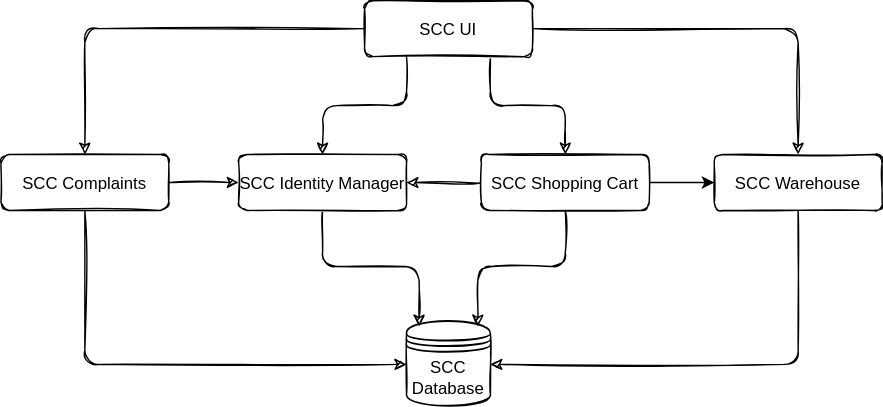
The draw.io diagram diagrams/high-level.drawio.svg in domenico-piol/SCCstore, before a commit. Source tidied: cells renumbered, new cells last; positions are measured from the earlier drawing's top-left corner, leaving out a move shared by most shapes.
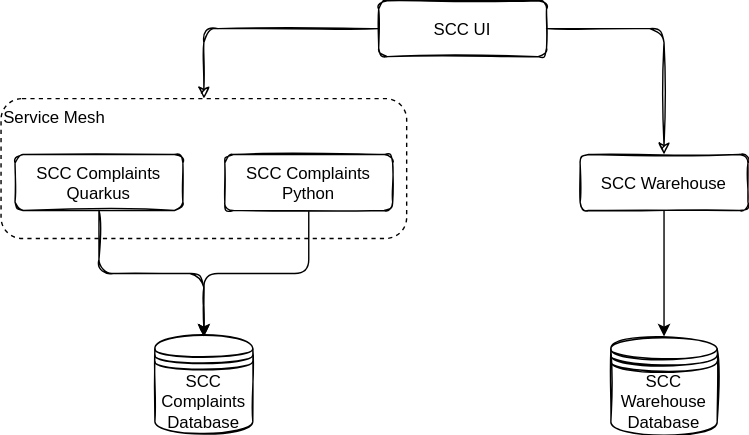
After the commit.

Commit message:
rest service for db read

Diff of the diagram source:
```diff
@@ -2,56 +2,41 @@
   <root>
     <mxCell id="0" />
     <mxCell id="1" parent="0" />
-    <mxCell id="2" style="edgeStyle=orthogonalEdgeStyle;html=1;sketch=1;exitX=0.25;exitY=1;exitDx=0;exitDy=0;" parent="1" edge="1" source="4" target="6">
-      <mxGeometry relative="1" as="geometry" />
-    </mxCell>
-    <mxCell id="3" style="edgeStyle=orthogonalEdgeStyle;html=1;sketch=1;exitX=0.75;exitY=1;exitDx=0;exitDy=0;entryX=0.5;entryY=0;entryDx=0;entryDy=0;" parent="1" edge="1" source="4" target="10">
-      <mxGeometry relative="1" as="geometry" />
-    </mxCell>
     <mxCell id="4" value="SCC UI" style="fontStyle=0;sketch=1;rounded=1;" parent="1" vertex="1">
       <mxGeometry x="260" width="120" height="40" as="geometry" />
     </mxCell>
-    <mxCell id="5" style="edgeStyle=orthogonalEdgeStyle;html=1;entryX=0.15;entryY=0.05;entryDx=0;entryDy=0;entryPerimeter=0;sketch=1;exitX=0.5;exitY=1;exitDx=0;exitDy=0;" parent="1" edge="1" source="6" target="11">
-      <mxGeometry relative="1" as="geometry" />
-    </mxCell>
-    <mxCell id="6" value="SCC Identity Manager" style="fontStyle=0;sketch=1;rounded=1;" parent="1" vertex="1">
-      <mxGeometry x="170" y="110" width="120" height="40" as="geometry" />
-    </mxCell>
-    <mxCell id="7" style="edgeStyle=orthogonalEdgeStyle;html=1;entryX=0.85;entryY=0.05;entryDx=0;entryDy=0;sketch=1;exitX=0.5;exitY=1;exitDx=0;exitDy=0;entryPerimeter=0;" parent="1" edge="1" source="10" target="11">
-      <mxGeometry relative="1" as="geometry" />
-    </mxCell>
-    <mxCell id="8" style="edgeStyle=none;html=1;sketch=1;curved=1;entryX=1;entryY=0.5;entryDx=0;entryDy=0;exitX=0;exitY=0.5;exitDx=0;exitDy=0;" parent="1" edge="1" source="10" target="6">
-      <mxGeometry relative="1" as="geometry" />
-    </mxCell>
-    <mxCell id="9" style="edgeStyle=none;html=1;exitX=1;exitY=0.5;exitDx=0;exitDy=0;entryX=0;entryY=0.5;entryDx=0;entryDy=0;" parent="1" edge="1" source="10" target="12">
-      <mxGeometry relative="1" as="geometry" />
-    </mxCell>
-    <mxCell id="10" value="SCC Shopping Cart" style="fontStyle=0;sketch=1;rounded=1;" parent="1" vertex="1">
-      <mxGeometry x="343.5" y="110" width="120" height="40" as="geometry" />
-    </mxCell>
-    <mxCell id="11" value="SCC Database" style="shape=datastore;whiteSpace=wrap;html=1;sketch=1;rounded=1;fillColor=none;" parent="1" vertex="1">
-      <mxGeometry x="290" y="230" width="60" height="60" as="geometry" />
+    <mxCell id="11" value="SCC Complaints&amp;nbsp;&lt;br&gt;&amp;nbsp;Database" style="shape=datastore;whiteSpace=wrap;html=1;sketch=1;rounded=1;fillColor=none;" parent="1" vertex="1">
+      <mxGeometry x="100" y="240" width="70" height="70" as="geometry" />
     </mxCell>
+    <mxCell id="19" style="edgeStyle=orthogonalEdgeStyle;html=1;exitX=0.5;exitY=1;exitDx=0;exitDy=0;" parent="1" edge="1" source="12" target="22">
+      <mxGeometry relative="1" as="geometry" />
+    </mxCell>
     <mxCell id="12" value="SCC Warehouse" style="fontStyle=0;sketch=1;rounded=1;" parent="1" vertex="1">
-      <mxGeometry x="510" y="110" width="120" height="40" as="geometry" />
+      <mxGeometry x="404" y="110" width="120" height="40" as="geometry" />
     </mxCell>
-    <mxCell id="13" value="SCC Complaints" style="fontStyle=0;sketch=1;rounded=1;" parent="1" vertex="1">
+    <mxCell id="13" value="SCC Complaints&#10;Quarkus" style="fontStyle=0;sketch=1;rounded=1;" parent="1" vertex="1">
       <mxGeometry y="110" width="120" height="40" as="geometry" />
     </mxCell>
-    <mxCell id="14" style="edgeStyle=orthogonalEdgeStyle;html=1;sketch=1;exitX=0;exitY=0.5;exitDx=0;exitDy=0;entryX=0.5;entryY=0;entryDx=0;entryDy=0;" parent="1" edge="1" source="4" target="13">
+    <mxCell id="14" style="edgeStyle=orthogonalEdgeStyle;html=1;sketch=1;exitX=0;exitY=0.5;exitDx=0;exitDy=0;entryX=0.5;entryY=0;entryDx=0;entryDy=0;" parent="1" edge="1" source="4" target="23">
       <mxGeometry relative="1" as="geometry" />
     </mxCell>
-    <mxCell id="15" style="edgeStyle=orthogonalEdgeStyle;html=1;sketch=1;exitX=0.5;exitY=1;exitDx=0;exitDy=0;entryX=0;entryY=0.5;entryDx=0;entryDy=0;" parent="1" edge="1" source="13" target="11">
+    <mxCell id="15" style="edgeStyle=orthogonalEdgeStyle;html=1;sketch=1;exitX=0.5;exitY=1;exitDx=0;exitDy=0;entryX=0.5;entryY=0;entryDx=0;entryDy=0;" parent="1" edge="1" source="13" target="11">
       <mxGeometry relative="1" as="geometry" />
     </mxCell>
-    <mxCell id="16" style="edgeStyle=orthogonalEdgeStyle;html=1;sketch=1;exitX=0.5;exitY=1;exitDx=0;exitDy=0;entryX=1;entryY=0.5;entryDx=0;entryDy=0;" parent="1" edge="1" source="12" target="11">
-      <mxGeometry relative="1" as="geometry" />
-    </mxCell>
     <mxCell id="17" style="edgeStyle=orthogonalEdgeStyle;html=1;sketch=1;exitX=1;exitY=0.5;exitDx=0;exitDy=0;entryX=0.5;entryY=0;entryDx=0;entryDy=0;" parent="1" edge="1" source="4" target="12">
       <mxGeometry relative="1" as="geometry" />
     </mxCell>
-    <mxCell id="18" style="edgeStyle=orthogonalEdgeStyle;html=1;sketch=1;exitX=1;exitY=0.5;exitDx=0;exitDy=0;entryX=0;entryY=0.5;entryDx=0;entryDy=0;" parent="1" edge="1" source="13" target="6">
-      <mxGeometry relative="1" as="geometry" />
-    </mxCell>
+    <mxCell id="20" style="edgeStyle=orthogonalEdgeStyle;html=1;exitX=0.5;exitY=1;exitDx=0;exitDy=0;entryX=0.5;entryY=0;entryDx=0;entryDy=0;" parent="1" edge="1" source="21" target="11">
+      <mxGeometry relative="1" as="geometry" />
+    </mxCell>
+    <mxCell id="21" value="SCC Complaints&#10;Python" style="fontStyle=0;sketch=1;rounded=1;" parent="1" vertex="1">
+      <mxGeometry x="150" y="110" width="120" height="40" as="geometry" />
+    </mxCell>
+    <mxCell id="22" value="SCC Warehouse&amp;nbsp;&lt;br&gt;&amp;nbsp;Database" style="shape=datastore;whiteSpace=wrap;html=1;sketch=1;rounded=1;fillColor=none;" parent="1" vertex="1">
+      <mxGeometry x="426" y="240" width="76" height="70" as="geometry" />
+    </mxCell>
+    <mxCell id="23" value="Service Mesh" style="whiteSpace=wrap;html=1;dashed=1;rounded=1;glass=0;shadow=0;align=left;verticalAlign=top;fillColor=none;" parent="1" vertex="1">
+      <mxGeometry x="-10" y="70" width="290" height="100" as="geometry" />
+    </mxCell>
   </root>
 </mxGraphModel>
```
